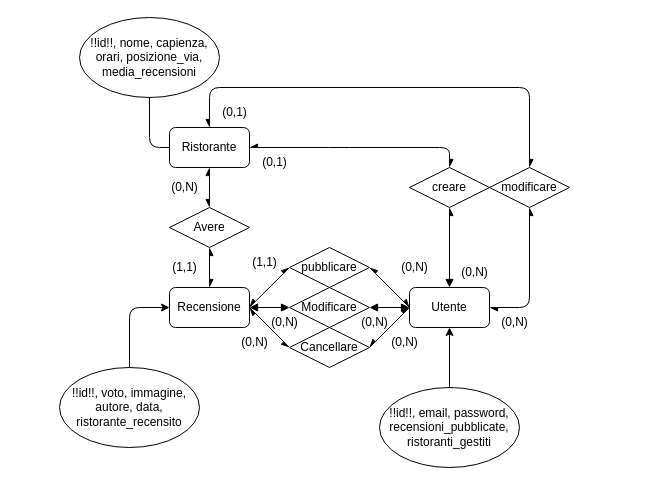
The draw.io diagram schema-ER.drawio in Valerioconti42/Ristorante-VC-AB-GS, before the edit. Source tidied: cells renumbered, new cells numbered last; positions are measured from the earlier drawing's top-left corner, leaving out a move shared by most shapes. Both pictures are drawn from the tidied source at 100%, with x=0, y=0 at pixel (59, 17).
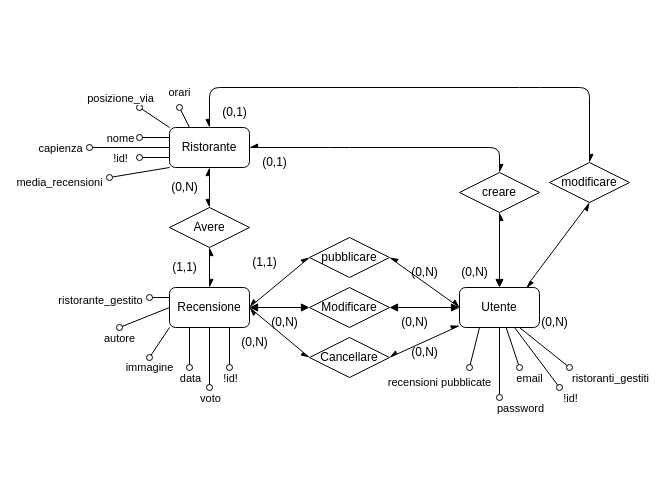
The same page after the edit.

Unchanged cells that the change refers to:
```xml
<mxCell id="2" value="Ristorante" style="rounded=1;whiteSpace=wrap;html=1;" parent="1" vertex="1">
  <mxGeometry x="110" y="110" width="80" height="40" as="geometry" />
</mxCell>
<mxCell id="3" value="Recensione" style="rounded=1;whiteSpace=wrap;html=1;" parent="1" vertex="1">
  <mxGeometry x="110" y="270" width="80" height="40" as="geometry" />
</mxCell>
```

Change to the diagram source:
```diff
@@
+    <mxCell id="41" style="edgeStyle=none;shape=connector;rounded=0;jettySize=auto;html=1;exitX=0;exitY=0.75;exitDx=0;exitDy=0;strokeColor=default;align=center;verticalAlign=middle;fontFamily=Helvetica;fontSize=11;fontColor=default;labelBackgroundColor=default;endArrow=oval;endFill=0;" parent="1" edge="1" source="2">
+      <mxGeometry relative="1" as="geometry">
+        <mxPoint x="80" y="140" as="targetPoint" />
+      </mxGeometry>
+    </mxCell>
+    <mxCell id="42" value="!id!" style="edgeLabel;html=1;align=center;verticalAlign=middle;fontFamily=Helvetica;fontSize=11;fontColor=default;labelBackgroundColor=default;" parent="41" vertex="1">
+      <mxGeometry x="0.2" y="3" relative="1" as="geometry">
+        <mxPoint x="-32" y="-3" as="offset" />
+      </mxGeometry>
+    </mxCell>
+    <mxCell id="43" style="edgeStyle=none;shape=connector;rounded=0;jettySize=auto;html=1;exitX=0;exitY=0.25;exitDx=0;exitDy=0;strokeColor=default;align=center;verticalAlign=middle;fontFamily=Helvetica;fontSize=11;fontColor=default;labelBackgroundColor=default;endArrow=oval;endFill=0;" parent="1" edge="1" source="2">
+      <mxGeometry relative="1" as="geometry">
+        <mxPoint x="80" y="120" as="targetPoint" />
+      </mxGeometry>
+    </mxCell>
+    <mxCell id="44" value="nome" style="edgeLabel;html=1;align=center;verticalAlign=middle;fontFamily=Helvetica;fontSize=11;fontColor=default;labelBackgroundColor=default;" parent="43" vertex="1">
+      <mxGeometry x="0.07" y="3" relative="1" as="geometry">
+        <mxPoint x="-34" y="-3" as="offset" />
+      </mxGeometry>
+    </mxCell>
+    <mxCell id="45" style="edgeStyle=none;shape=connector;rounded=0;jettySize=auto;html=1;exitX=0;exitY=0.5;exitDx=0;exitDy=0;strokeColor=default;align=center;verticalAlign=middle;fontFamily=Helvetica;fontSize=11;fontColor=default;labelBackgroundColor=default;endArrow=oval;endFill=0;" parent="1" edge="1" source="2">
+      <mxGeometry relative="1" as="geometry">
+        <mxPoint x="30" y="130" as="targetPoint" />
+      </mxGeometry>
+    </mxCell>
+    <mxCell id="46" value="capienza" style="edgeLabel;html=1;align=center;verticalAlign=middle;fontFamily=Helvetica;fontSize=11;fontColor=default;labelBackgroundColor=default;" parent="45" vertex="1">
+      <mxGeometry x="0.03" y="2" relative="1" as="geometry">
+        <mxPoint x="-69" y="-2" as="offset" />
+      </mxGeometry>
+    </mxCell>
+    <mxCell id="47" style="edgeStyle=none;shape=connector;rounded=0;jettySize=auto;html=1;exitX=0.25;exitY=0;exitDx=0;exitDy=0;strokeColor=default;align=center;verticalAlign=middle;fontFamily=Helvetica;fontSize=11;fontColor=default;labelBackgroundColor=default;endArrow=oval;endFill=0;" parent="1" edge="1" source="2">
+      <mxGeometry relative="1" as="geometry">
+        <mxPoint x="120" y="90" as="targetPoint" />
+      </mxGeometry>
+    </mxCell>
+    <mxCell id="48" value="orari" style="edgeLabel;html=1;align=center;verticalAlign=middle;fontFamily=Helvetica;fontSize=11;fontColor=default;labelBackgroundColor=default;" parent="47" vertex="1">
+      <mxGeometry x="0.04" y="-1" relative="1" as="geometry">
+        <mxPoint x="-6" y="-24" as="offset" />
+      </mxGeometry>
+    </mxCell>
+    <mxCell id="49" style="edgeStyle=none;shape=connector;rounded=0;jettySize=auto;html=1;exitX=0;exitY=0;exitDx=0;exitDy=0;strokeColor=default;align=center;verticalAlign=middle;fontFamily=Helvetica;fontSize=11;fontColor=default;labelBackgroundColor=default;endArrow=oval;endFill=0;" parent="1" edge="1" source="2">
+      <mxGeometry relative="1" as="geometry">
+        <mxPoint x="80" y="90" as="targetPoint" />
+      </mxGeometry>
+    </mxCell>
+    <mxCell id="50" value="posizione_via" style="edgeLabel;html=1;align=center;verticalAlign=middle;fontFamily=Helvetica;fontSize=11;fontColor=default;labelBackgroundColor=default;" parent="49" vertex="1">
+      <mxGeometry x="0.4" relative="1" as="geometry">
+        <mxPoint x="-29" y="-16" as="offset" />
+      </mxGeometry>
+    </mxCell>
+    <mxCell id="51" style="edgeStyle=none;shape=connector;rounded=0;jettySize=auto;html=1;exitX=0;exitY=1;exitDx=0;exitDy=0;strokeColor=default;align=center;verticalAlign=middle;fontFamily=Helvetica;fontSize=11;fontColor=default;labelBackgroundColor=default;endArrow=oval;endFill=0;" parent="1" edge="1" source="2">
+      <mxGeometry relative="1" as="geometry">
+        <mxPoint x="50" y="160" as="targetPoint" />
+      </mxGeometry>
+    </mxCell>
+    <mxCell id="52" value="media_recensioni" style="edgeLabel;html=1;align=center;verticalAlign=middle;fontFamily=Helvetica;fontSize=11;fontColor=default;labelBackgroundColor=default;" parent="51" vertex="1">
+      <mxGeometry x="0.34" y="1" relative="1" as="geometry">
+        <mxPoint x="-70" y="7" as="offset" />
+      </mxGeometry>
+    </mxCell>
@@
+    <mxCell id="53" style="edgeStyle=none;shape=connector;rounded=0;jettySize=auto;html=1;exitX=0.75;exitY=1;exitDx=0;exitDy=0;strokeColor=default;align=center;verticalAlign=middle;fontFamily=Helvetica;fontSize=11;fontColor=default;labelBackgroundColor=default;endArrow=oval;endFill=0;" parent="1" edge="1" source="3">
+      <mxGeometry relative="1" as="geometry">
+        <mxPoint x="170" y="350" as="targetPoint" />
+      </mxGeometry>
+    </mxCell>
+    <mxCell id="54" value="!id!" style="edgeLabel;html=1;align=center;verticalAlign=middle;fontFamily=Helvetica;fontSize=11;fontColor=default;labelBackgroundColor=default;" parent="53" vertex="1">
+      <mxGeometry x="0.2" y="-1" relative="1" as="geometry">
+        <mxPoint x="1" y="26" as="offset" />
+      </mxGeometry>
+    </mxCell>
+    <mxCell id="55" style="edgeStyle=none;shape=connector;rounded=0;jettySize=auto;html=1;exitX=0.5;exitY=1;exitDx=0;exitDy=0;strokeColor=default;align=center;verticalAlign=middle;fontFamily=Helvetica;fontSize=11;fontColor=default;labelBackgroundColor=default;endArrow=oval;endFill=0;" parent="1" edge="1" source="3">
+      <mxGeometry relative="1" as="geometry">
+        <mxPoint x="150" y="370" as="targetPoint" />
+      </mxGeometry>
+    </mxCell>
+    <mxCell id="56" value="voto" style="edgeLabel;html=1;align=center;verticalAlign=middle;fontFamily=Helvetica;fontSize=11;fontColor=default;labelBackgroundColor=default;" parent="55" vertex="1">
+      <mxGeometry x="0.37" y="-1" relative="1" as="geometry">
+        <mxPoint x="1" y="29" as="offset" />
+      </mxGeometry>
+    </mxCell>
+    <mxCell id="57" style="edgeStyle=none;shape=connector;rounded=0;jettySize=auto;html=1;exitX=0.25;exitY=1;exitDx=0;exitDy=0;strokeColor=default;align=center;verticalAlign=middle;fontFamily=Helvetica;fontSize=11;fontColor=default;labelBackgroundColor=default;endArrow=oval;endFill=0;" parent="1" edge="1" source="3">
+      <mxGeometry relative="1" as="geometry">
+        <mxPoint x="130" y="350" as="targetPoint" />
+      </mxGeometry>
+    </mxCell>
+    <mxCell id="58" value="data" style="edgeLabel;html=1;align=center;verticalAlign=middle;fontFamily=Helvetica;fontSize=11;fontColor=default;labelBackgroundColor=default;" parent="57" vertex="1">
+      <mxGeometry x="-0.1" relative="1" as="geometry">
+        <mxPoint y="32" as="offset" />
+      </mxGeometry>
+    </mxCell>
+    <mxCell id="59" style="edgeStyle=none;shape=connector;rounded=0;jettySize=auto;html=1;exitX=0;exitY=1;exitDx=0;exitDy=0;strokeColor=default;align=center;verticalAlign=middle;fontFamily=Helvetica;fontSize=11;fontColor=default;labelBackgroundColor=default;endArrow=oval;endFill=0;" parent="1" edge="1" source="3">
+      <mxGeometry relative="1" as="geometry">
+        <mxPoint x="90" y="340" as="targetPoint" />
+      </mxGeometry>
+    </mxCell>
+    <mxCell id="60" value="immagine" style="edgeLabel;html=1;align=center;verticalAlign=middle;fontFamily=Helvetica;fontSize=11;fontColor=default;labelBackgroundColor=default;" parent="59" vertex="1">
+      <mxGeometry x="0.02" y="1" relative="1" as="geometry">
+        <mxPoint x="-11" y="24" as="offset" />
+      </mxGeometry>
+    </mxCell>
+    <mxCell id="61" style="edgeStyle=none;shape=connector;rounded=0;jettySize=auto;html=1;exitX=0;exitY=0.5;exitDx=0;exitDy=0;strokeColor=default;align=center;verticalAlign=middle;fontFamily=Helvetica;fontSize=11;fontColor=default;labelBackgroundColor=default;endArrow=oval;endFill=0;" parent="1" edge="1" source="3">
+      <mxGeometry relative="1" as="geometry">
+        <mxPoint x="60" y="310" as="targetPoint" />
+      </mxGeometry>
+    </mxCell>
+    <mxCell id="62" value="autore" style="edgeLabel;html=1;align=center;verticalAlign=middle;fontFamily=Helvetica;fontSize=11;fontColor=default;labelBackgroundColor=default;" parent="61" vertex="1">
+      <mxGeometry x="0.03" y="5" relative="1" as="geometry">
+        <mxPoint x="-26" y="15" as="offset" />
+      </mxGeometry>
+    </mxCell>
+    <mxCell id="63" style="edgeStyle=none;shape=connector;rounded=0;jettySize=auto;html=1;exitX=0;exitY=0.25;exitDx=0;exitDy=0;strokeColor=default;align=center;verticalAlign=middle;fontFamily=Helvetica;fontSize=11;fontColor=default;labelBackgroundColor=default;endArrow=oval;endFill=0;" parent="1" edge="1" source="3">
+      <mxGeometry relative="1" as="geometry">
+        <mxPoint x="90" y="280" as="targetPoint" />
+      </mxGeometry>
+    </mxCell>
+    <mxCell id="64" value="ristorante_gestito" style="edgeLabel;html=1;align=center;verticalAlign=middle;fontFamily=Helvetica;fontSize=11;fontColor=default;labelBackgroundColor=default;" parent="63" vertex="1">
+      <mxGeometry x="-0.1" y="2" relative="1" as="geometry">
+        <mxPoint x="-61" as="offset" />
+      </mxGeometry>
+    </mxCell>
@@
+    <mxCell id="65" style="rounded=0;jettySize=auto;html=1;endArrow=oval;endFill=0;" parent="1" edge="1" source="4">
+      <mxGeometry relative="1" as="geometry">
+        <mxPoint x="460" y="350" as="targetPoint" />
+      </mxGeometry>
+    </mxCell>
+    <mxCell id="66" value="email" style="edgeLabel;html=1;align=center;verticalAlign=middle;" parent="65" vertex="1">
+      <mxGeometry x="0.07" y="1" relative="1" as="geometry">
+        <mxPoint x="15" y="29" as="offset" />
+      </mxGeometry>
+    </mxCell>
+    <mxCell id="67" style="edgeStyle=none;shape=connector;rounded=0;jettySize=auto;html=1;strokeColor=default;align=center;verticalAlign=middle;fontFamily=Helvetica;fontSize=11;fontColor=default;labelBackgroundColor=default;endArrow=oval;endFill=0;" parent="1" edge="1" source="4">
+      <mxGeometry relative="1" as="geometry">
+        <mxPoint x="500" y="370" as="targetPoint" />
+      </mxGeometry>
+    </mxCell>
+    <mxCell id="68" value="!id!" style="edgeLabel;html=1;align=center;verticalAlign=middle;fontFamily=Helvetica;fontSize=11;fontColor=default;labelBackgroundColor=default;" parent="67" vertex="1">
+      <mxGeometry x="0.39" y="-1" relative="1" as="geometry">
+        <mxPoint x="25" y="28" as="offset" />
+      </mxGeometry>
+    </mxCell>
+    <mxCell id="69" style="edgeStyle=none;shape=connector;rounded=0;jettySize=auto;html=1;exitX=0.5;exitY=1;exitDx=0;exitDy=0;strokeColor=default;align=center;verticalAlign=middle;fontFamily=Helvetica;fontSize=11;fontColor=default;labelBackgroundColor=default;endArrow=oval;endFill=0;" parent="1" edge="1" source="4">
+      <mxGeometry relative="1" as="geometry">
+        <mxPoint x="440" y="380" as="targetPoint" />
+      </mxGeometry>
+    </mxCell>
+    <mxCell id="70" value="password" style="edgeLabel;html=1;align=center;verticalAlign=middle;fontFamily=Helvetica;fontSize=11;fontColor=default;labelBackgroundColor=default;" parent="69" vertex="1">
+      <mxGeometry x="0.17" relative="1" as="geometry">
+        <mxPoint x="20" y="39" as="offset" />
+      </mxGeometry>
+    </mxCell>
+    <mxCell id="71" style="edgeStyle=none;shape=connector;rounded=0;jettySize=auto;html=1;exitX=0.25;exitY=1;exitDx=0;exitDy=0;strokeColor=default;align=center;verticalAlign=middle;fontFamily=Helvetica;fontSize=11;fontColor=default;labelBackgroundColor=default;endArrow=oval;endFill=0;" parent="1" edge="1" source="4">
+      <mxGeometry relative="1" as="geometry">
+        <mxPoint x="410" y="350" as="targetPoint" />
+      </mxGeometry>
+    </mxCell>
+    <mxCell id="72" value="recensioni pubblicate" style="edgeLabel;html=1;align=center;verticalAlign=middle;fontFamily=Helvetica;fontSize=11;fontColor=default;labelBackgroundColor=default;" parent="71" vertex="1">
+      <mxGeometry x="0.05" y="1" relative="1" as="geometry">
+        <mxPoint x="-36" y="33" as="offset" />
+      </mxGeometry>
+    </mxCell>
+    <mxCell id="73" style="edgeStyle=none;shape=connector;rounded=0;jettySize=auto;html=1;exitX=0.75;exitY=1;exitDx=0;exitDy=0;strokeColor=default;align=center;verticalAlign=middle;fontFamily=Helvetica;fontSize=11;fontColor=default;labelBackgroundColor=default;endArrow=oval;endFill=0;" parent="1" edge="1" source="4">
+      <mxGeometry relative="1" as="geometry">
+        <mxPoint x="510" y="350" as="targetPoint" />
+      </mxGeometry>
+    </mxCell>
+    <mxCell id="74" value="ristoranti_gestiti" style="edgeLabel;html=1;align=center;verticalAlign=middle;fontFamily=Helvetica;fontSize=11;fontColor=default;labelBackgroundColor=default;" parent="73" vertex="1">
+      <mxGeometry x="0.26" y="-3" relative="1" as="geometry">
+        <mxPoint x="61" y="23" as="offset" />
+      </mxGeometry>
+    </mxCell>
     <mxCell id="4" value="Utente" style="rounded=1;whiteSpace=wrap;html=1;" parent="1" vertex="1">
-      <mxGeometry x="350" y="270" width="80" height="40" as="geometry" />
+      <mxGeometry x="400" y="270" width="80" height="40" as="geometry" />
     </mxCell>
     <mxCell id="5" value="pubblicare" style="rhombus;whiteSpace=wrap;html=1;" parent="1" vertex="1">
-      <mxGeometry x="230" y="230" width="80" height="40" as="geometry" />
+      <mxGeometry x="250" y="220" width="80" height="40" as="geometry" />
     </mxCell>
@@
     <mxCell id="11" value="creare" style="rhombus;whiteSpace=wrap;html=1;" parent="1" vertex="1">
-      <mxGeometry x="350" y="150" width="80" height="40" as="geometry" />
+      <mxGeometry x="400" y="155" width="80" height="40" as="geometry" />
     </mxCell>
     <mxCell id="12" value="modificare" style="rhombus;whiteSpace=wrap;html=1;" parent="1" vertex="1">
-      <mxGeometry x="430" y="150" width="80" height="40" as="geometry" />
+      <mxGeometry x="490" y="145" width="80" height="40" as="geometry" />
     </mxCell>
@@
-    <mxCell id="14" style="endArrow=async;html=1;exitX=0.5;exitY=1;exitDx=0;exitDy=0;entryX=1;entryY=0.5;entryDx=0;entryDy=0;startArrow=async;startFill=1;endFill=1;" parent="1" edge="1" source="12" target="4">
+    <mxCell id="14" style="endArrow=async;html=1;startArrow=async;startFill=1;endFill=1;entryX=0.838;entryY=0.025;entryDx=0;entryDy=0;entryPerimeter=0;exitX=0.5;exitY=1;exitDx=0;exitDy=0;" parent="1" edge="1" source="12" target="4">
       <mxGeometry relative="1" as="geometry">
         <Array as="points">
-          <mxPoint x="470" y="290" />
+          <mxPoint x="470" y="265" />
         </Array>
       </mxGeometry>
     </mxCell>
     <mxCell id="15" style="curved=0;endArrow=async;html=1;rounded=1;entryX=0.5;entryY=0;entryDx=0;entryDy=0;startArrow=async;startFill=1;endFill=1;" parent="1" edge="1" target="11">
       <mxGeometry relative="1" as="geometry">
         <mxPoint x="190" y="130" as="sourcePoint" />
         <Array as="points">
           <mxPoint x="280" y="130" />
-          <mxPoint x="390" y="130" />
+          <mxPoint x="440" y="130" />
         </Array>
       </mxGeometry>
     </mxCell>
     <mxCell id="16" style="curved=0;endArrow=async;html=1;rounded=1;entryX=0.5;entryY=0;entryDx=0;entryDy=0;startArrow=async;startFill=1;endFill=1;exitX=0.5;exitY=0;exitDx=0;exitDy=0;" parent="1" edge="1" source="2" target="12">
       <mxGeometry relative="1" as="geometry">
         <Array as="points">
           <mxPoint x="150" y="70" />
           <mxPoint x="470" y="70" />
+          <mxPoint x="530" y="70" />
         </Array>
       </mxGeometry>
     </mxCell>
     <mxCell id="17" value="Cancellare" style="rhombus;whiteSpace=wrap;html=1;" parent="1" vertex="1">
-      <mxGeometry x="230" y="310" width="80" height="40" as="geometry" />
+      <mxGeometry x="250" y="320" width="80" height="40" as="geometry" />
     </mxCell>
@@
-    <mxCell id="19" style="curved=0;endArrow=async;html=1;exitX=1;exitY=0.5;exitDx=0;exitDy=0;rounded=1;startArrow=async;startFill=1;endFill=1;" parent="1" edge="1" source="17">
-      <mxGeometry relative="1" as="geometry">
-        <mxPoint x="350" y="290" as="targetPoint" />
-      </mxGeometry>
+    <mxCell id="19" style="curved=0;endArrow=async;html=1;exitX=1;exitY=0.5;exitDx=0;exitDy=0;rounded=1;startArrow=async;startFill=1;endFill=1;" parent="1" edge="1" source="17" target="4">
+      <mxGeometry relative="1" as="geometry" />
     </mxCell>
@@
     <mxCell id="22" value="Modificare" style="rhombus;whiteSpace=wrap;html=1;" parent="1" vertex="1">
-      <mxGeometry x="230" y="270" width="80" height="40" as="geometry" />
+      <mxGeometry x="250" y="270" width="80" height="40" as="geometry" />
     </mxCell>
@@
     <mxCell id="26" value="(0,N)" style="text;html=1;align=center;verticalAlign=middle;strokeColor=none;fillColor=none;" parent="1" vertex="1">
-      <mxGeometry x="430" y="290" width="50" height="30" as="geometry" />
+      <mxGeometry x="470" y="290" width="50" height="30" as="geometry" />
     </mxCell>
     <mxCell id="27" value="(0,N)" style="text;html=1;align=center;verticalAlign=middle;strokeColor=none;fillColor=none;" parent="1" vertex="1">
-      <mxGeometry x="330" y="235" width="50" height="30" as="geometry" />
+      <mxGeometry x="340" y="240" width="50" height="30" as="geometry" />
     </mxCell>
@@
-    <mxCell id="32" style="edgeStyle=none;html=1;entryX=0;entryY=0.5;entryDx=0;entryDy=0;endArrow=none;endFill=0;" parent="1" edge="1" source="33" target="2">
-      <mxGeometry relative="1" as="geometry">
-        <Array as="points">
-          <mxPoint x="90" y="130" />
-        </Array>
-      </mxGeometry>
-    </mxCell>
-    <mxCell id="33" value="!!id!!, nome, capienza, orari, posizione_via, media_recensioni" style="ellipse;whiteSpace=wrap;html=1;" parent="1" vertex="1">
-      <mxGeometry x="20" width="140" height="80" as="geometry" />
-    </mxCell>
-    <mxCell id="34" style="edgeStyle=none;html=1;entryX=0;entryY=0.5;entryDx=0;entryDy=0;" parent="1" edge="1" source="35" target="3">
-      <mxGeometry relative="1" as="geometry">
-        <Array as="points">
-          <mxPoint x="70" y="290" />
-        </Array>
-      </mxGeometry>
-    </mxCell>
-    <mxCell id="35" value="&lt;font style=&quot;color: rgb(0, 0, 0);&quot;&gt;&lt;font style=&quot;&quot;&gt;!!id!!&lt;/font&gt;&lt;font style=&quot;&quot;&gt;, voto, immagine, autore, data, ristorante_recensito&lt;/font&gt;&lt;/font&gt;" style="ellipse;whiteSpace=wrap;html=1;" parent="1" vertex="1">
-      <mxGeometry y="350" width="140" height="80" as="geometry" />
-    </mxCell>
-    <mxCell id="36" style="edgeStyle=none;html=1;entryX=0.5;entryY=1;entryDx=0;entryDy=0;" parent="1" edge="1" source="37" target="4">
-      <mxGeometry relative="1" as="geometry" />
-    </mxCell>
-    <mxCell id="37" value="!!id!!, email, password, recensioni_pubblicate, ristoranti_gestiti" style="ellipse;whiteSpace=wrap;html=1;" parent="1" vertex="1">
-      <mxGeometry x="320" y="370" width="140" height="80" as="geometry" />
-    </mxCell>
     <mxCell id="38" value="(0,N)" style="text;html=1;align=center;verticalAlign=middle;strokeColor=none;fillColor=none;" parent="1" vertex="1">
-      <mxGeometry x="290" y="290" width="50" height="30" as="geometry" />
+      <mxGeometry x="330" y="290" width="50" height="30" as="geometry" />
     </mxCell>
     <mxCell id="39" value="(0,N)" style="text;html=1;align=center;verticalAlign=middle;strokeColor=none;fillColor=none;" parent="1" vertex="1">
-      <mxGeometry x="320" y="310" width="50" height="30" as="geometry" />
+      <mxGeometry x="340" y="320" width="50" height="30" as="geometry" />
     </mxCell>
@@
+    <mxCell id="75" style="edgeStyle=none;shape=connector;rounded=0;orthogonalLoop=1;jettySize=auto;html=1;exitX=0;exitY=0;exitDx=0;exitDy=0;strokeColor=default;align=center;verticalAlign=middle;fontFamily=Helvetica;fontSize=11;fontColor=default;labelBackgroundColor=default;endArrow=oval;endFill=0;" parent="1" edge="1" source="11" target="11">
+      <mxGeometry relative="1" as="geometry" />
+    </mxCell>
```
